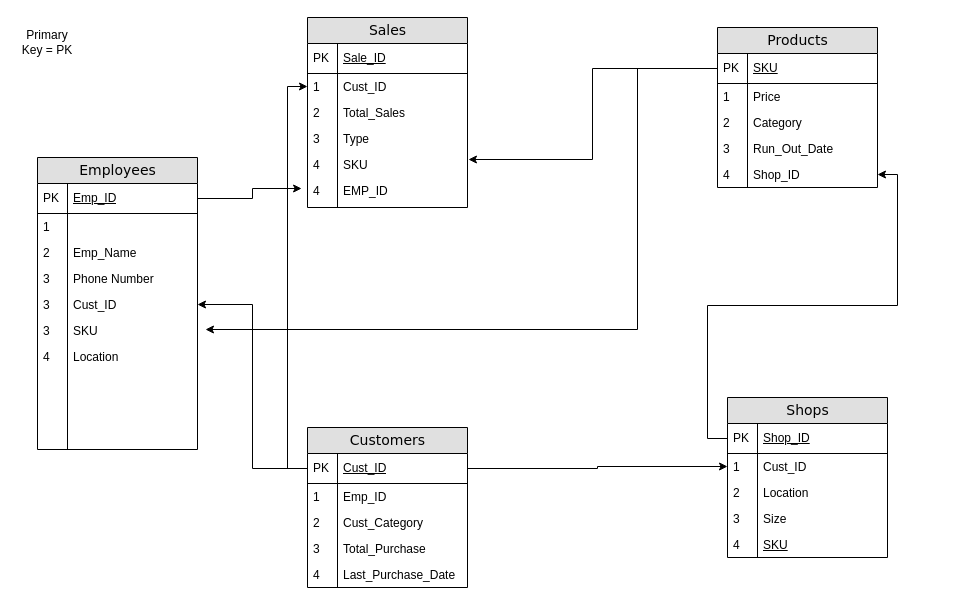
Above: Module_1/Entity_Relations_Diagram.drawio in ironhack-bcn-data-pt/Ironhack_Paris (draw.io), before the change. Source tidied: cells renumbered, new cells numbered last; positions are measured from the earlier drawing's top-left corner, leaving out a move shared by most shapes. Both pictures are drawn from the tidied source at 100%, with x=0, y=0 at pixel (17, 17).
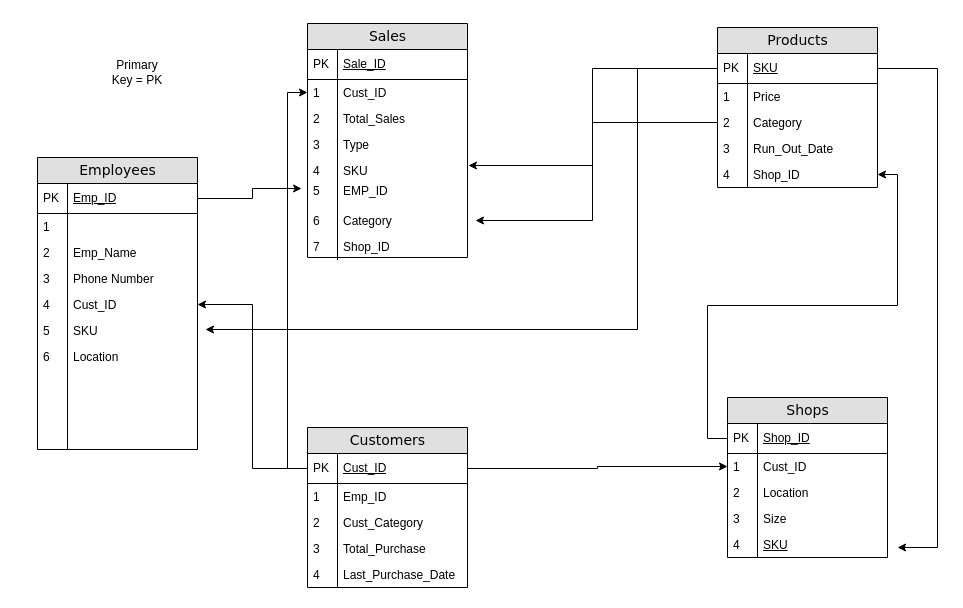
After the change.

Unchanged cells that the change refers to:
```xml
<mxCell id="11" value="Cust_ID" style="shape=partialRectangle;top=0;left=0;right=0;bottom=0;html=1;align=left;verticalAlign=top;fillColor=none;spacingLeft=34;spacingRight=4;whiteSpace=wrap;overflow=hidden;points=[[0,0.5],[1,0.5]];portConstraint=eastwest;" parent="2" vertex="1">
  <mxGeometry y="134" width="160" height="26" as="geometry" />
</mxCell>
<mxCell id="13" value="SKU" style="shape=partialRectangle;top=0;left=0;right=0;bottom=0;html=1;align=left;verticalAlign=top;fillColor=none;spacingLeft=34;spacingRight=4;whiteSpace=wrap;overflow=hidden;points=[[0,0.5],[1,0.5]];portConstraint=eastwest;" parent="2" vertex="1">
  <mxGeometry y="160" width="160" height="26" as="geometry" />
</mxCell>
<mxCell id="15" value="Location&lt;br&gt;" style="shape=partialRectangle;top=0;left=0;right=0;bottom=0;html=1;align=left;verticalAlign=top;fillColor=none;spacingLeft=34;spacingRight=4;whiteSpace=wrap;overflow=hidden;" parent="2" vertex="1">
  <mxGeometry y="186" width="160" height="106" as="geometry" />
</mxCell>
<mxCell id="18" value="&lt;span style=&quot;font-weight: 400;&quot;&gt;SKU&lt;/span&gt;" style="shape=partialRectangle;top=0;left=0;right=0;bottom=1;html=1;align=left;verticalAlign=middle;fillColor=none;spacingLeft=34;spacingRight=4;whiteSpace=wrap;overflow=hidden;points=[[0,0.5],[1,0.5]];portConstraint=eastwest;fontStyle=5;" parent="17" vertex="1">
  <mxGeometry y="26" width="160" height="30" as="geometry" />
</mxCell>
<mxCell id="22" value="Category" style="shape=partialRectangle;top=0;left=0;right=0;bottom=0;html=1;align=left;verticalAlign=top;fillColor=none;spacingLeft=34;spacingRight=4;whiteSpace=wrap;overflow=hidden;points=[[0,0.5],[1,0.5]];portConstraint=eastwest;" parent="17" vertex="1">
  <mxGeometry y="82" width="160" height="26" as="geometry" />
</mxCell>
<mxCell id="37" value="&lt;span style=&quot;text-decoration-line: underline;&quot;&gt;SKU&lt;/span&gt;" style="shape=partialRectangle;top=0;left=0;right=0;bottom=0;html=1;align=left;verticalAlign=top;fillColor=none;spacingLeft=34;spacingRight=4;whiteSpace=wrap;overflow=hidden;points=[[0,0.5],[1,0.5]];portConstraint=eastwest;" parent="28" vertex="1">
  <mxGeometry y="134" width="160" height="26" as="geometry" />
</mxCell>
<mxCell id="68" value="EMP_ID" style="shape=partialRectangle;top=0;left=0;right=0;bottom=0;html=1;align=left;verticalAlign=top;fillColor=none;spacingLeft=34;spacingRight=4;whiteSpace=wrap;overflow=hidden;points=[[0,0.5],[1,0.5]];portConstraint=eastwest;" parent="1" vertex="1">
  <mxGeometry x="290" y="160" width="160" height="26" as="geometry" />
</mxCell>
```

Diff of the diagram source:
```diff
@@
-    <mxCell id="12" value="3" style="shape=partialRectangle;top=0;left=0;bottom=0;html=1;fillColor=none;align=left;verticalAlign=top;spacingLeft=4;spacingRight=4;whiteSpace=wrap;overflow=hidden;" parent="11" vertex="1">
+    <mxCell id="12" value="4" style="shape=partialRectangle;top=0;left=0;bottom=0;html=1;fillColor=none;align=left;verticalAlign=top;spacingLeft=4;spacingRight=4;whiteSpace=wrap;overflow=hidden;" parent="11" vertex="1">
       <mxGeometry width="30" height="26" as="geometry" />
     </mxCell>
@@
-    <mxCell id="14" value="3" style="shape=partialRectangle;top=0;left=0;bottom=0;html=1;fillColor=none;align=left;verticalAlign=top;spacingLeft=4;spacingRight=4;whiteSpace=wrap;overflow=hidden;" parent="13" vertex="1">
+    <mxCell id="14" value="5" style="shape=partialRectangle;top=0;left=0;bottom=0;html=1;fillColor=none;align=left;verticalAlign=top;spacingLeft=4;spacingRight=4;whiteSpace=wrap;overflow=hidden;" parent="13" vertex="1">
       <mxGeometry width="30" height="26" as="geometry" />
     </mxCell>
@@
-    <mxCell id="16" value="4" style="shape=partialRectangle;top=0;left=0;bottom=0;html=1;fillColor=none;align=left;verticalAlign=top;spacingLeft=4;spacingRight=4;whiteSpace=wrap;overflow=hidden;" parent="15" vertex="1">
+    <mxCell id="16" value="6" style="shape=partialRectangle;top=0;left=0;bottom=0;html=1;fillColor=none;align=left;verticalAlign=top;spacingLeft=4;spacingRight=4;whiteSpace=wrap;overflow=hidden;" parent="15" vertex="1">
       <mxGeometry width="30" height="106" as="geometry" />
     </mxCell>
@@
     <mxCell id="39" value="Sales" style="swimlane;html=1;fontStyle=0;horizontal=1;startSize=26;fillColor=#e0e0e0;swimlaneFillColor=#ffffff;align=center;rounded=0;shadow=0;comic=0;labelBackgroundColor=none;strokeWidth=1;fontFamily=Verdana;fontSize=14;" parent="1" vertex="1">
-      <mxGeometry x="290" width="160" height="190" as="geometry" />
+      <mxGeometry x="290" y="6" width="160" height="234" as="geometry" />
     </mxCell>
@@
     <mxCell id="48" value="SKU" style="shape=partialRectangle;top=0;left=0;right=0;bottom=0;html=1;align=left;verticalAlign=top;fillColor=none;spacingLeft=34;spacingRight=4;whiteSpace=wrap;overflow=hidden;" parent="39" vertex="1">
-      <mxGeometry y="134" width="160" height="56" as="geometry" />
+      <mxGeometry y="134" width="160" height="76" as="geometry" />
     </mxCell>
     <mxCell id="49" value="4" style="shape=partialRectangle;top=0;left=0;bottom=0;html=1;fillColor=none;align=left;verticalAlign=top;spacingLeft=4;spacingRight=4;whiteSpace=wrap;overflow=hidden;" parent="48" vertex="1">
-      <mxGeometry width="30" height="56" as="geometry" />
+      <mxGeometry width="30" height="76" as="geometry" />
     </mxCell>
@@
     <mxCell id="65" value="Primary Key = PK" style="text;html=1;strokeColor=none;fillColor=none;align=center;verticalAlign=middle;whiteSpace=wrap;rounded=0;" parent="1" vertex="1">
-      <mxGeometry y="10" width="60" height="30" as="geometry" />
+      <mxGeometry x="90" y="40" width="60" height="30" as="geometry" />
     </mxCell>
@@
-    <mxCell id="69" value="4" style="shape=partialRectangle;top=0;left=0;bottom=0;html=1;fillColor=none;align=left;verticalAlign=top;spacingLeft=4;spacingRight=4;whiteSpace=wrap;overflow=hidden;" parent="68" vertex="1">
+    <mxCell id="69" value="5" style="shape=partialRectangle;top=0;left=0;bottom=0;html=1;fillColor=none;align=left;verticalAlign=top;spacingLeft=4;spacingRight=4;whiteSpace=wrap;overflow=hidden;" parent="68" vertex="1">
       <mxGeometry width="30" height="26" as="geometry" />
     </mxCell>
@@
+    <mxCell id="71" value="Category" style="shape=partialRectangle;top=0;left=0;right=0;bottom=0;html=1;align=left;verticalAlign=top;fillColor=none;spacingLeft=34;spacingRight=4;whiteSpace=wrap;overflow=hidden;points=[[0,0.5],[1,0.5]];portConstraint=eastwest;" parent="1" vertex="1">
+      <mxGeometry x="290" y="190" width="160" height="26" as="geometry" />
+    </mxCell>
+    <mxCell id="72" value="6" style="shape=partialRectangle;top=0;left=0;bottom=0;html=1;fillColor=none;align=left;verticalAlign=top;spacingLeft=4;spacingRight=4;whiteSpace=wrap;overflow=hidden;" parent="71" vertex="1">
+      <mxGeometry width="30" height="26" as="geometry" />
+    </mxCell>
+    <mxCell id="73" style="edgeStyle=orthogonalEdgeStyle;rounded=0;jettySize=auto;html=1;exitX=0;exitY=0.5;exitDx=0;exitDy=0;entryX=1.05;entryY=0.5;entryDx=0;entryDy=0;entryPerimeter=0;" parent="1" edge="1" source="22" target="71">
+      <mxGeometry relative="1" as="geometry" />
+    </mxCell>
+    <mxCell id="74" value="Shop_ID" style="shape=partialRectangle;top=0;left=0;right=0;bottom=0;html=1;align=left;verticalAlign=top;fillColor=none;spacingLeft=34;spacingRight=4;whiteSpace=wrap;overflow=hidden;" parent="1" vertex="1">
+      <mxGeometry x="290" y="216" width="160" height="26" as="geometry" />
+    </mxCell>
+    <mxCell id="75" value="7" style="shape=partialRectangle;top=0;left=0;bottom=0;html=1;fillColor=none;align=left;verticalAlign=top;spacingLeft=4;spacingRight=4;whiteSpace=wrap;overflow=hidden;" parent="74" vertex="1">
+      <mxGeometry width="30" height="26" as="geometry" />
+    </mxCell>
+    <mxCell id="76" style="edgeStyle=orthogonalEdgeStyle;rounded=0;jettySize=auto;html=1;exitX=1;exitY=0.5;exitDx=0;exitDy=0;entryX=1.063;entryY=0.615;entryDx=0;entryDy=0;entryPerimeter=0;" parent="1" edge="1" source="18" target="37">
+      <mxGeometry relative="1" as="geometry">
+        <Array as="points">
+          <mxPoint x="920" y="51" />
+          <mxPoint x="920" y="530" />
+        </Array>
+      </mxGeometry>
+    </mxCell>
```
